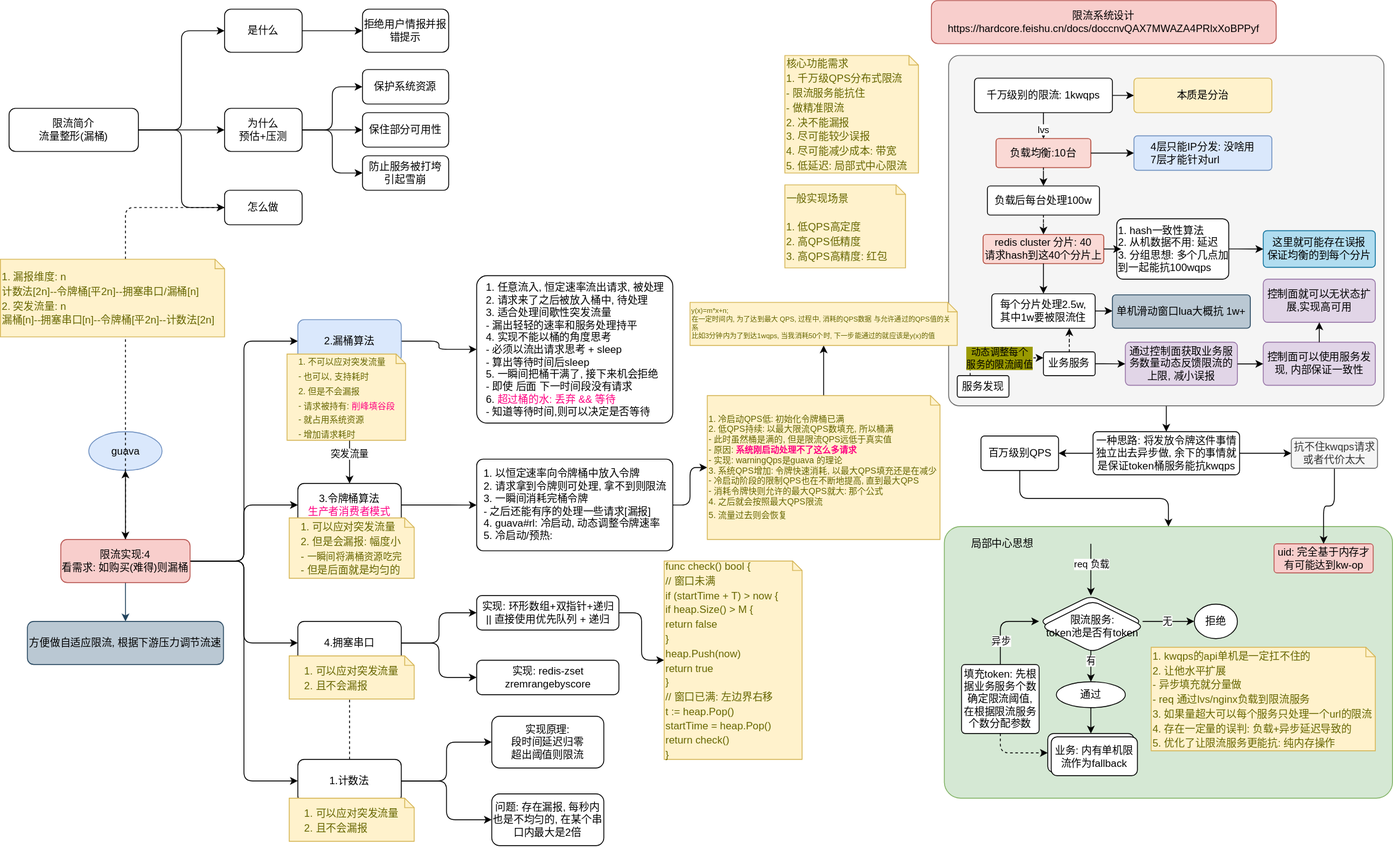
This is diagrams/dist/04.dist-limit.svg from Alice52/diagrams, a draw.io export, as it was before one commit. Source tidied: cells renumbered, new cells last; positions are measured from the earlier drawing's top-left corner, leaving out a move shared by most shapes.
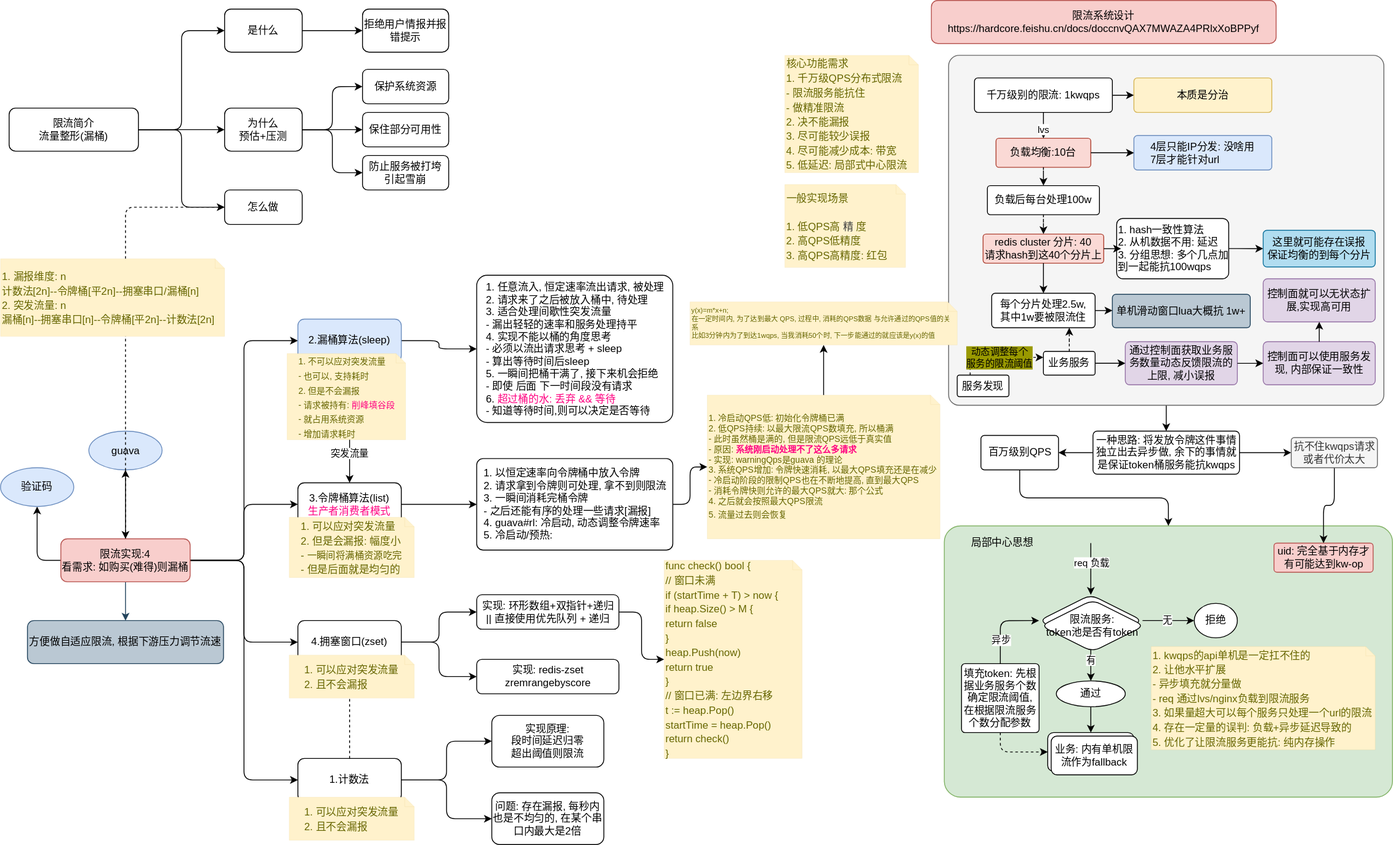
The same file after the commit.

Change to the diagram source:
```diff
@@ -93,6 +93,9 @@
     <mxCell id="29" style="edgeStyle=orthogonalEdgeStyle;rounded=1;jettySize=auto;html=1;fillColor=#bac8d3;strokeColor=#23445d;" parent="1" edge="1" source="30" target="76">
       <mxGeometry relative="1" as="geometry" />
     </mxCell>
+    <mxCell id="123" style="edgeStyle=orthogonalEdgeStyle;html=1;entryX=0.5;entryY=1;entryDx=0;entryDy=0;exitX=0;exitY=0.5;exitDx=0;exitDy=0;" parent="1" edge="1" source="30" target="124">
+      <mxGeometry relative="1" as="geometry" />
+    </mxCell>
     <mxCell id="30" value="限流实现:4&lt;br&gt;看需求: 如购买(难得)则漏桶" style="rounded=1;whiteSpace=wrap;html=1;fillColor=#f8cecc;strokeColor=#b85450;" parent="1" vertex="1">
       <mxGeometry x="70" y="625" width="150" height="50" as="geometry" />
     </mxCell>
@@ -110,13 +113,13 @@
         <mxPoint x="-1" y="11" as="offset" />
       </mxGeometry>
     </mxCell>
-    <mxCell id="35" value="2.漏桶算法" style="rounded=1;whiteSpace=wrap;html=1;fillColor=#dae8fc;strokeColor=#6c8ebf;" parent="1" vertex="1">
+    <mxCell id="35" value="2.漏桶算法(sleep)" style="rounded=1;whiteSpace=wrap;html=1;fillColor=#dae8fc;strokeColor=#6c8ebf;" parent="1" vertex="1">
       <mxGeometry x="345" y="370" width="120" height="50" as="geometry" />
     </mxCell>
     <mxCell id="36" style="edgeStyle=orthogonalEdgeStyle;rounded=1;jettySize=auto;html=1;" parent="1" edge="1" source="37" target="74">
       <mxGeometry relative="1" as="geometry" />
     </mxCell>
-    <mxCell id="37" value="3.令牌桶算法&lt;br&gt;&lt;font color=&quot;#ff0080&quot;&gt;生产者消费者模式&lt;/font&gt;" style="rounded=1;whiteSpace=wrap;html=1;" parent="1" vertex="1">
+    <mxCell id="37" value="3.令牌桶算法(list)&lt;br&gt;&lt;font color=&quot;#ff0080&quot;&gt;生产者消费者模式&lt;/font&gt;" style="rounded=1;whiteSpace=wrap;html=1;" parent="1" vertex="1">
       <mxGeometry x="345" y="560" width="120" height="50" as="geometry" />
     </mxCell>
     <mxCell id="38" style="edgeStyle=orthogonalEdgeStyle;rounded=1;jettySize=auto;html=1;" parent="1" edge="1" source="40" target="69">
@@ -125,7 +128,7 @@
     <mxCell id="39" style="edgeStyle=orthogonalEdgeStyle;rounded=1;jettySize=auto;html=1;" parent="1" edge="1" source="40" target="70">
       <mxGeometry relative="1" as="geometry" />
     </mxCell>
-    <mxCell id="40" value="4.拥塞串口" style="rounded=1;whiteSpace=wrap;html=1;" parent="1" vertex="1">
+    <mxCell id="40" value="4.拥塞窗口(zset)" style="rounded=1;whiteSpace=wrap;html=1;" parent="1" vertex="1">
       <mxGeometry x="345" y="720" width="120" height="50" as="geometry" />
     </mxCell>
     <mxCell id="41" style="edgeStyle=orthogonalEdgeStyle;rounded=1;jettySize=auto;html=1;entryX=0;entryY=0.5;entryDx=0;entryDy=0;" parent="1" edge="1" source="44" target="62">
@@ -252,7 +255,7 @@
     <mxCell id="80" value="&lt;div&gt;&lt;span style=&quot;font-size: 12px&quot;&gt;核心功能需求&lt;/span&gt;&lt;/div&gt;&lt;div&gt;&lt;span style=&quot;font-size: 12px&quot;&gt;&amp;nbsp; 1. 千万级QPS分布式限流&lt;/span&gt;&lt;/div&gt;&lt;div&gt;&lt;span style=&quot;font-size: 12px&quot;&gt;&amp;nbsp; &amp;nbsp; &amp;nbsp; - 限流服务能抗住&lt;/span&gt;&lt;/div&gt;&lt;div&gt;&lt;span style=&quot;font-size: 12px&quot;&gt;&amp;nbsp; &amp;nbsp; &amp;nbsp; - 做精准限流&lt;/span&gt;&lt;/div&gt;&lt;div&gt;&lt;span style=&quot;font-size: 12px&quot;&gt;&amp;nbsp; 2. 决不能漏报&lt;/span&gt;&lt;/div&gt;&lt;div&gt;&lt;span style=&quot;font-size: 12px&quot;&gt;&amp;nbsp; 3. 尽可能较少误报&lt;/span&gt;&lt;/div&gt;&lt;div&gt;&lt;span style=&quot;font-size: 12px&quot;&gt;&amp;nbsp; 4. 尽可能减少成本: 带宽&lt;/span&gt;&lt;/div&gt;&lt;div&gt;&lt;span style=&quot;font-size: 12px&quot;&gt;&amp;nbsp; 5. 低延迟: 局部式中心限流&lt;/span&gt;&lt;/div&gt;" style="shape=note;strokeWidth=0;fontSize=14;size=11;whiteSpace=wrap;html=1;fillColor=#fff2cc;strokeColor=#d6b656;fontColor=#666600;align=left;" parent="1" vertex="1">
       <mxGeometry x="910" y="63.8" width="155" height="136.2" as="geometry" />
     </mxCell>
-    <mxCell id="81" value="&lt;div&gt;&lt;span style=&quot;font-size: 12px&quot;&gt;一般实现场景&lt;/span&gt;&lt;/div&gt;&lt;div&gt;&lt;span style=&quot;font-size: 12px&quot;&gt;&lt;br&gt;&lt;/span&gt;&lt;/div&gt;&lt;div&gt;&lt;span style=&quot;font-size: 12px&quot;&gt;1. 低QPS高定度&lt;/span&gt;&lt;/div&gt;&lt;div&gt;&lt;span style=&quot;font-size: 12px&quot;&gt;2. 高QPS低精度&lt;/span&gt;&lt;/div&gt;&lt;div&gt;&lt;span style=&quot;font-size: 12px&quot;&gt;3. 高QPS高精度:&amp;nbsp;&lt;/span&gt;&lt;span style=&quot;font-size: 12px&quot;&gt;红包&lt;/span&gt;&lt;/div&gt;" style="shape=note;strokeWidth=0;fontSize=14;size=11;whiteSpace=wrap;html=1;fillColor=#fff2cc;strokeColor=#d6b656;fontColor=#666600;align=left;" parent="1" vertex="1">
+    <mxCell id="81" value="&lt;div&gt;&lt;span style=&quot;font-size: 12px&quot;&gt;一般实现场景&lt;/span&gt;&lt;/div&gt;&lt;div&gt;&lt;span style=&quot;font-size: 12px&quot;&gt;&lt;br&gt;&lt;/span&gt;&lt;/div&gt;&lt;div&gt;&lt;span style=&quot;font-size: 12px&quot;&gt;1. 低QPS高&lt;/span&gt;&lt;span style=&quot;color: rgb(63, 63, 63); font-size: 12px;&quot;&gt;精&lt;/span&gt;&lt;span style=&quot;font-size: 12px&quot;&gt;度&lt;/span&gt;&lt;/div&gt;&lt;div&gt;&lt;span style=&quot;font-size: 12px&quot;&gt;2. 高QPS低精度&lt;/span&gt;&lt;/div&gt;&lt;div&gt;&lt;span style=&quot;font-size: 12px&quot;&gt;3. 高QPS高精度:&amp;nbsp;&lt;/span&gt;&lt;span style=&quot;font-size: 12px&quot;&gt;红包&lt;/span&gt;&lt;/div&gt;" style="shape=note;strokeWidth=0;fontSize=14;size=11;whiteSpace=wrap;html=1;fillColor=#fff2cc;strokeColor=#d6b656;fontColor=#666600;align=left;" parent="1" vertex="1">
       <mxGeometry x="910" y="213.8" width="140" height="96.2" as="geometry" />
     </mxCell>
     <mxCell id="82" style="edgeStyle=orthogonalEdgeStyle;rounded=1;jettySize=auto;html=1;" parent="1" edge="1" source="88" target="79">
@@ -378,5 +381,8 @@
     <mxCell id="122" value="&lt;div style=&quot;font-size: 8px&quot;&gt;&lt;div&gt;y(x)=m*x+n;&lt;/div&gt;&lt;div&gt;在一定时间内, 为了达到最大 QPS, 过程中, 消耗的QPS数据&lt;span&gt;与允许通过的QPS值的关系&lt;/span&gt;&lt;/div&gt;&lt;div&gt;&lt;span&gt;比如3分钟内为了到达1wqps, 当我消耗50个时, 下一步能通过的就应该是y(x)的值&lt;/span&gt;&lt;/div&gt;&lt;/div&gt;" style="shape=note;strokeWidth=0;fontSize=14;size=11;whiteSpace=wrap;html=1;fillColor=#fff2cc;strokeColor=#d6b656;fontColor=#666600;align=left;" parent="1" vertex="1">
       <mxGeometry x="800" y="350" width="310" height="50" as="geometry" />
     </mxCell>
+    <mxCell id="124" value="验证码" style="ellipse;whiteSpace=wrap;html=1;rounded=1;fillColor=#dae8fc;strokeColor=#6c8ebf;" parent="1" vertex="1">
+      <mxGeometry y="542.5" width="85" height="45" as="geometry" />
+    </mxCell>
   </root>
 </mxGraphModel>
```
